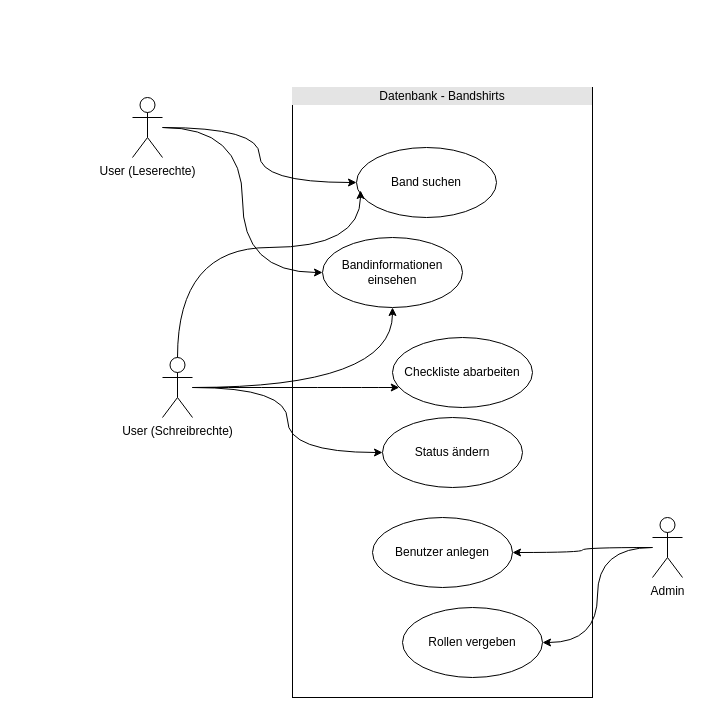
l3n3rs/dvp keeps this draw.io diagram as page "Anwendungsfall-Diagramm" (1 of 5) of UML/UML.drawio. Above is the earlier version. Source tidied: cells renumbered, new cells numbered last; positions are measured from the earlier drawing's top-left corner, leaving out a move shared by most shapes. Both pictures are drawn from the tidied source at 100%, with x=0, y=0 at pixel (132, 87).
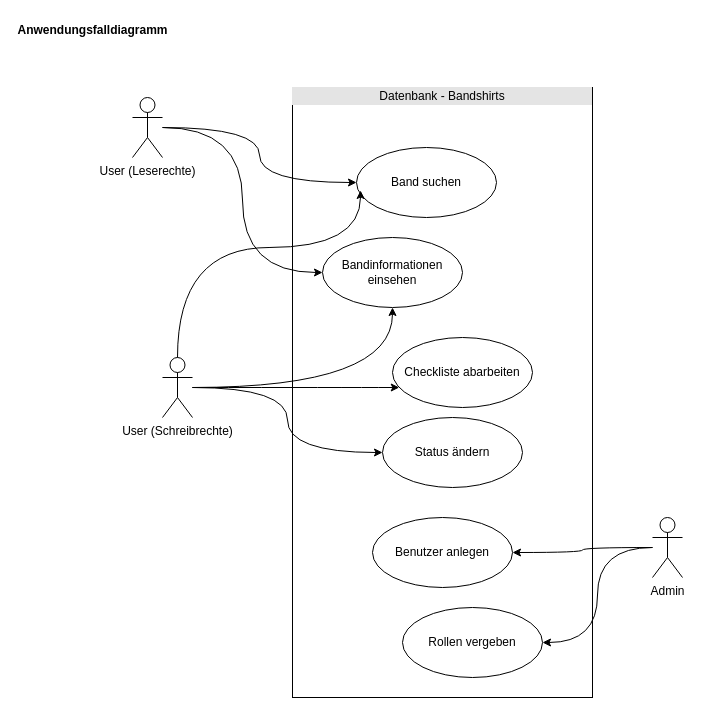
The same page after the edit.

What changed in the source:
```diff
@@
+    <mxCell id="20" value="Anwendungsfalldiagramm" style="text;align=center;fontStyle=1;verticalAlign=middle;spacingLeft=3;spacingRight=3;strokeColor=none;html=1;" parent="1" vertex="1">
+      <mxGeometry x="-80" y="-70" width="80" height="26" as="geometry" />
+    </mxCell>
```
